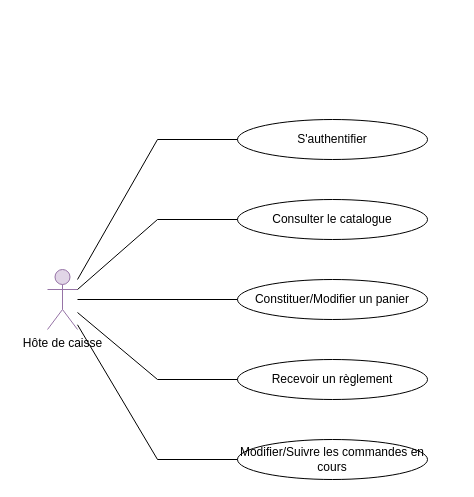
This is Hote de caisse.drawio from OMorlotti/P4-analyser-les-besoin-de-mon-client-pour-son-groupe-de-pizzerias, a draw.io file, before an edit. Source tidied: cells renumbered, new cells numbered last; positions are measured from the earlier drawing's top-left corner, leaving out a move shared by most shapes. Both pictures are drawn from the tidied source at 100%, with x=0, y=0 at pixel (47, 119).
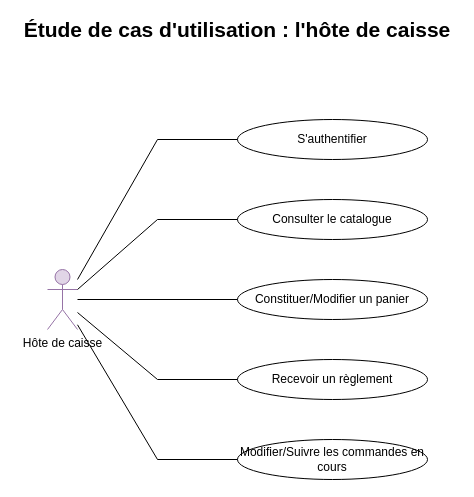
After the change.

The edit, as a diff of the source:
```diff
@@
+    <mxCell id="18" value="&lt;font size=&quot;1&quot;&gt;&lt;b style=&quot;font-size: 21px&quot;&gt;Étude de cas d'utilisation : l'hôte de caisse&lt;/b&gt;&lt;/font&gt;" style="text;html=1;strokeColor=none;fillColor=none;align=center;verticalAlign=middle;whiteSpace=wrap;rounded=0;" parent="1" vertex="1">
+      <mxGeometry x="-30" y="-100" width="440" height="20" as="geometry" />
+    </mxCell>
```
